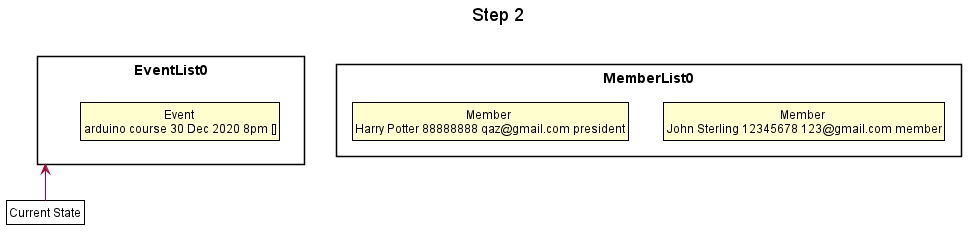
nus-cs2113-AY2021S1/tp keeps this PlantUML diagram as docs/EventDiagram/EventSteps/7Step2.png. Above is the earlier version. Its diagram source:
```plantuml
@startuml





skinparam BackgroundColor #FFFFFFF

skinparam Shadowing false

skinparam Class {
    FontColor #FFFFFF
    BorderThickness 1
    BorderColor #FFFFFF
    StereotypeFontColor #FFFFFF
    FontName Arial
}

skinparam Actor {
    BorderColor #000000
    Color #000000
    FontName Arial
}

skinparam Sequence {
    MessageAlign center
    BoxFontSize 15
    BoxPadding 0
    BoxFontColor #FFFFFF
    FontName Arial
}

skinparam Participant {
    FontColor #FFFFFFF
    Padding 20
}

skinparam MinClassWidth 50
skinparam ParticipantPadding 10
skinparam Shadowing false
skinparam DefaultTextAlignment center
skinparam packageStyle Rectangle

hide footbox
hide members
hide circle
skinparam ClassFontColor #000000
skinparam ClassBorderColor #000000

title Step 2

package EventList0 {
    class State1 as "Event \narduino course 30 Dec 2020 8pm []"
}

package MemberList0 {
    class State2 as "Member \nJohn Sterling 12345678 123@gmail.com member"
    class State3 as "Member \nHarry Potter 88888888 qaz@gmail.com president"
}

class Pointer as "Current State" #FFFFF
Pointer -up-> EventList0


@enduml
```
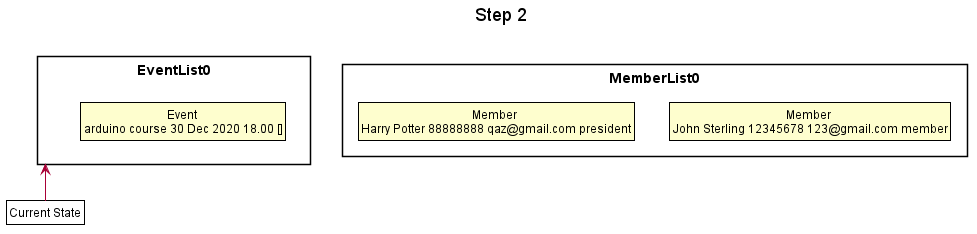
Later version of the same file.

Diff of the diagram source:
```diff
@@ -50,7 +50,7 @@
 title Step 2
 
 package EventList0 {
-    class State1 as "Event \narduino course 30 Dec 2020 8pm []"
+    class State1 as "Event \narduino course 30 Dec 2020 18.00 []"
 }
 
 package MemberList0 {
```
